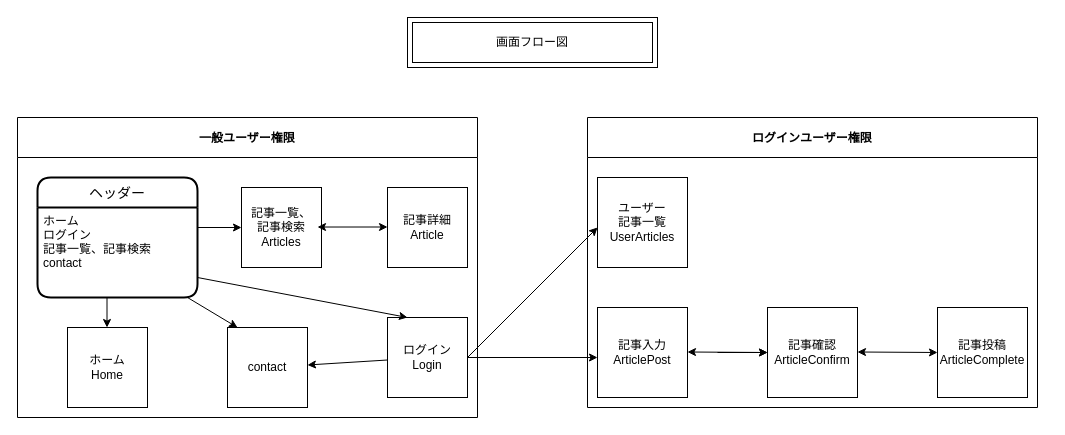
The draw.io diagram flow.drawio in hirohana/technologypost-frontend, before the edit. Source tidied: cells renumbered, new cells numbered last; positions are measured from the earlier drawing's top-left corner, leaving out a move shared by most shapes. Both pictures are drawn from the tidied source at 100%, with x=0, y=0 at pixel (17, 17).
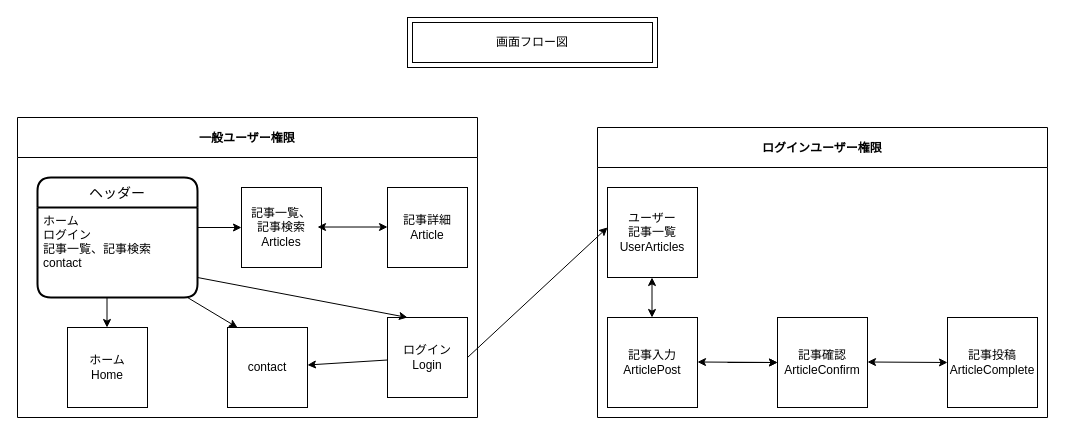
Above is the later version.

Unchanged cells that the change refers to:
```xml
<mxCell id="9" value="ユーザー&lt;br&gt;記事一覧&lt;br&gt;UserArticles" style="whiteSpace=wrap;html=1;" parent="2" vertex="1">
  <mxGeometry x="10" y="60" width="90" height="90" as="geometry" />
</mxCell>
```

The edit, as a diff of the source:
```diff
@@
     <mxCell id="2" value="ログインユーザー権限" style="swimlane;startSize=40;" parent="1" vertex="1">
-      <mxGeometry x="570" y="100" width="450" height="290" as="geometry" />
+      <mxGeometry x="580" y="110" width="450" height="290" as="geometry" />
     </mxCell>
@@
+    <mxCell id="27" style="endArrow=classic;startArrow=classic;html=1;" parent="2" edge="1">
+      <mxGeometry relative="1" as="geometry">
+        <mxPoint x="54.5" y="190" as="sourcePoint" />
+        <mxPoint x="54.5" y="150" as="targetPoint" />
+      </mxGeometry>
+    </mxCell>
@@
-    <mxCell id="11" style="endArrow=classic;startArrow=classic;html=1;" parent="1" edge="1">
-      <mxGeometry relative="1" as="geometry">
-        <mxPoint x="440" y="340" as="sourcePoint" />
-        <mxPoint x="580" y="340" as="targetPoint" />
-      </mxGeometry>
-    </mxCell>
@@
-    <mxCell id="26" style="endArrow=classic;html=1;" parent="1" edge="1">
+    <mxCell id="26" style="endArrow=classic;html=1;entryX=0;entryY=0.444;entryDx=0;entryDy=0;entryPerimeter=0;" parent="1" edge="1" target="9">
       <mxGeometry relative="1" as="geometry">
         <mxPoint x="450" y="340" as="sourcePoint" />
-        <mxPoint x="580" y="210" as="targetPoint" />
       </mxGeometry>
     </mxCell>
```
